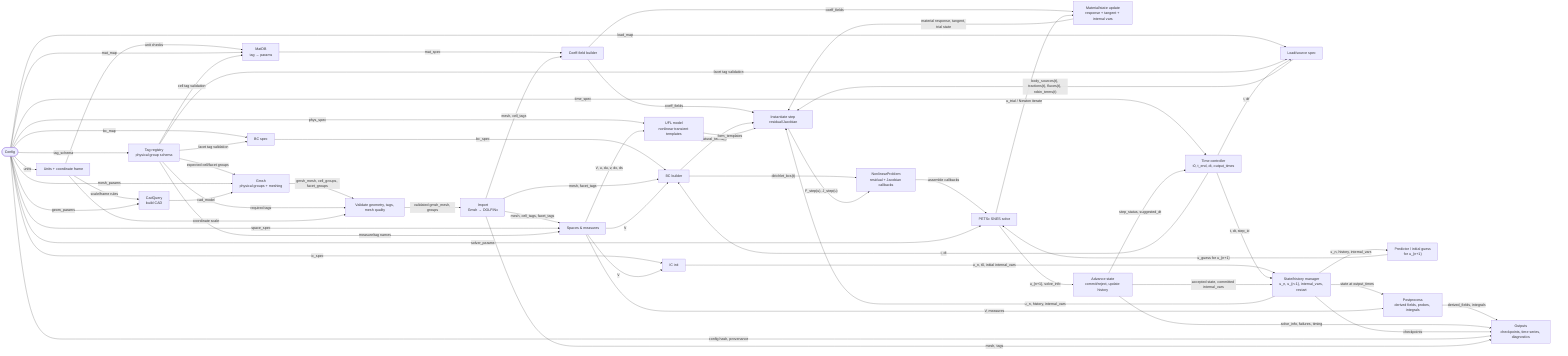
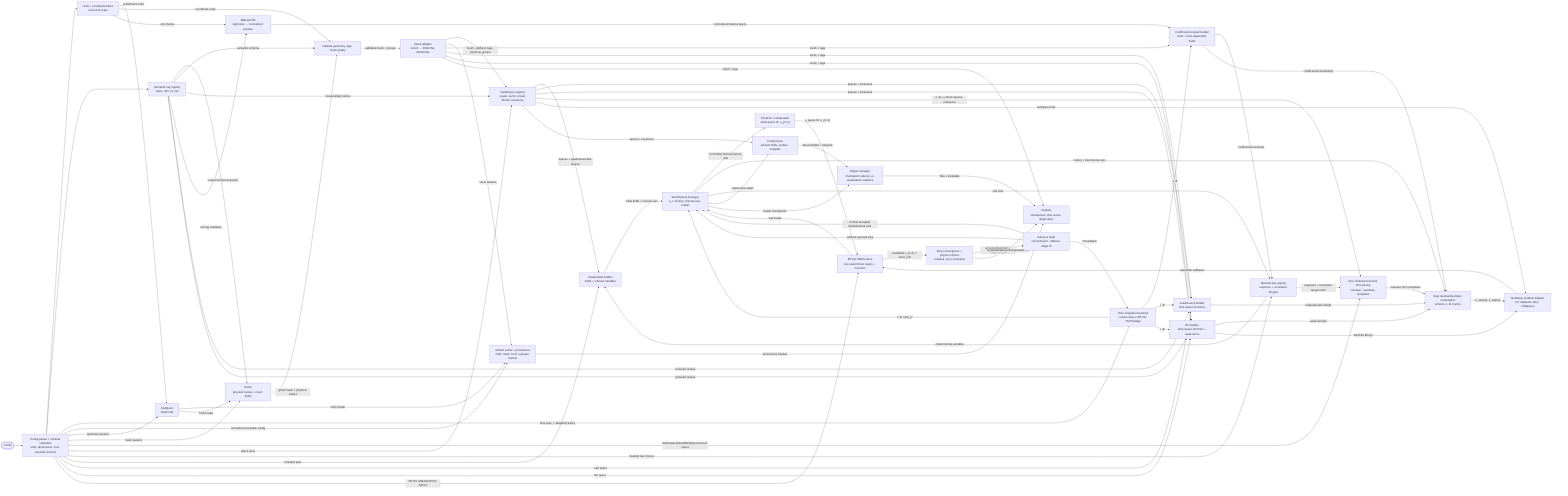
flowchart LR
    U([Config])
-     UNITS["Units + coordinate frame"]
-     TAGS["Tag registry\nphysical group schema"]
-     TIME["Time controller\nt0, t_end, dt, output_times"]
+     CFG["Config parser + schema validation\nunits, dimensions, time, required sections"]
+     UNITS["Units + coordinate frame\ncanonical scale"]
+     TAGS["Semantic tag registry\nname, dim, id, role"]
+     TIME["Time integrator backend\ncustom loop or PETSc TS/TSAdapt"]
+     CACHE["Artifact cache + provenance\nCAD, mesh, form, operator hashes"]
    CQ["CadQuery\nbuild CAD"]
-     GM["Gmsh\nphysical groups + meshing"]
+     GM["Gmsh\nphysical names + mesh fields"]
    VAL["Validate geometry, tags, mesh quality"]
-     IM["Import\nGmsh → DOLFINx"]
-     FS["Spaces & measures"]
-     MDB["MatDB\ntag → params"]
-     CF["Coeff-field builder"]
-     MAT["Material/state update\nresponse + tangent + internal vars"]
-     LOADS["Load/source spec"]
-     BCS["BC spec"]
-     BCB["BC builder"]
-     IC["IC init"]
-     STATE["State/history manager\nu_n, u_{n-1}, internal_vars, restart"]
-     PHYS["UFL model\nnonlinear transient templates"]
-     PRED["Predictor / initial guess\nfor u_{n+1}"]
-     STEP["Instantiate step residual/Jacobian"]
-     PROB["NonlinearProblem\nresidual + Jacobian callbacks"]
-     SNES["PETSc SNES solve"]
-     ADV["Advance state\ncommit/reject, update history"]
+     IM["Mesh adapter\nGmsh → DOLFINx MeshData"]
+     FS["Field/space registry\nscalar, vector, mixed blocks; measures"]
+     MDB["Material DB\ntag/name → normalized params"]
+     CF["Coefficient/constant builder\nstatic + time-dependent fields"]
+     MATLIB["Material law registry\nresponse + consistent tangent"]
+     LOADS["Load/source builder\ntime-aware functions"]
+     BCS["BC builder\ntime-aware Dirichlet + weak terms"]
+     IC["Initial/restart builder\nfields + internal variables"]
+     STATE["State/history manager\nu_n, history, internal vars, restart"]
+     PRED["Predictor / extrapolator\ninitial guess for u_{n+1}"]
+     PHYS["UFL nonlinear transient form factory\nresidual + Jacobian templates"]
+     STEP["Step residual/Jacobian instantiation\nscheme, t, dt, history"]
+     PROB["Nonlinear problem adapter\nF/J callbacks, BCs, nullspaces"]
+     SNES["PETSc SNES solve\nline search/trust region + monitors"]
+     ERR["Step convergence + physics checks\nresidual, error, invariants"]
+     ADV["Advance state\ncommit/reject, rollback, adapt dt"]
    POST["Postprocess\nderived fields, probes, integrals"]
+     IO["Output manager\ncheckpoint cadence vs visualization cadence"]
    OUT["Outputs\ncheckpoints, time series, diagnostics"]

- %% Global validation metadata
-     U -- units --> UNITS
-     U -- tag_schema --> TAGS
-     U -- time_spec --> TIME
-     UNITS -- scale/frame rules --> CQ
-     UNITS -- unit checks --> MDB
-     TAGS -- expected cell/facet groups --> GM
+ %% Config and front-end
+     U --> CFG
+     CFG --> UNITS
+     CFG --> TAGS
+     CFG -- time spec + adaptivity policy --> TIME
+     CFG -- normalized hashable config --> CACHE
+     CFG -- geometry params --> CQ
+     CFG -- mesh params --> GM
+     CFG -- field/material/load/BC/physics/solver specs --> PHYS

%% Geometry + mesh
-     U -- geom_params --> CQ
-     U -- mesh_params --> GM
-     CQ -- cad_model --> GM
-     GM -- "gmsh_mesh, cell_groups, facet_groups" --> VAL
-     TAGS -- required tags --> VAL
+     UNITS -- scale/frame rules --> CQ
+     CQ -- CAD model --> CACHE
+     CQ -- CAD model --> GM
+     TAGS -- required physical groups --> GM
+     GM -- gmsh mesh + physical names --> VAL
+     TAGS -- semantic schema --> VAL
    UNITS -- coordinate scale --> VAL
-     VAL -- "validated gmsh_mesh, groups" --> IM
-     IM -- "mesh, cell_tags, facet_tags" --> FS
-     U -- space_spec --> FS
+     VAL -- validated mesh + groups --> IM
+     IM -- mesh, cell/facet tags, physical_groups --> FS
+     IM -- mesh artifacts --> CACHE
+ 
+ %% Fields, materials, loads, BCs, ICs
+     CFG -- space spec --> FS
    TAGS -- measure/tag names --> FS
- 
- %% Materials / coefficients
-     U -- mat_map --> MDB
+     UNITS -- unit checks --> MDB
    TAGS -- cell tag validation --> MDB
-     MDB -- mat_spec --> CF
-     IM -- "mesh, cell_tags" --> CF
-     CF -- coeff_fields --> MAT
- 
- %% Loads and boundary conditions
-     U -- load_map --> LOADS
-     U -- bc_map --> BCS
-     TAGS -- facet tag validation --> LOADS
-     TAGS -- facet tag validation --> BCS
-     BCS -- bc_spec --> BCB
-     IM -- "mesh, facet_tags" --> BCB
-     FS -- V --> BCB
- 
- %% Initial state + physics templates
-     U -- ic_spec --> IC
-     FS -- V --> IC
-     IC -- "u_n, t0, initial internal_vars" --> STATE
-     U -- phys_spec --> PHYS
-     FS -- "V, u, du, v, dx, ds" --> PHYS
+     MDB -- normalized material specs --> CF
+     CFG -- material law choices --> MATLIB
+     CF -- coefficients/constants --> MATLIB
+     IM -- mesh + tags --> CF
+     CFG -- ic/restart spec --> IC
+     FS -- spaces + quadrature/state spaces --> IC
+     MATLIB -- initial internal variables --> IC
+     IC -- initial fields + internal vars --> STATE
+     CFG -- load specs --> LOADS
+     CFG -- BC specs --> BCS
+     TIME -- t, dt --> CF
+     TIME -- t, dt --> LOADS
+     TIME -- t, dt --> BCS
+     TAGS -- semantic lookup --> LOADS
+     TAGS -- semantic lookup --> BCS
+     IM -- mesh + tags --> LOADS
+     IM -- mesh + tags --> BCS
+     FS -- spaces + measures --> LOADS
+     FS -- spaces + measures --> BCS

%% Time + nonlinear solve loop
-     TIME -- "t, dt, step_id" --> STATE
-     STATE -- "u_n, history, internal_vars" --> PRED
-     PRED -- "u_guess for u_{n+1}" --> SNES
-     TIME -- "t, dt" --> LOADS
-     TIME -- "t, dt" --> BCB
-     STATE -- "u_n, history, internal_vars" --> STEP
-     CF -- coeff_fields --> STEP
-     MAT -- "material response, tangent, trial state" --> STEP
-     LOADS -- "body_sources(t), tractions(t), fluxes(t), robin_terms(t)" --> STEP
-     BCB -- "natural_terms(t)" --> STEP
-     BCB -- "dirichlet_bcs(t)" --> PROB
-     PHYS -- form_templates --> STEP
-     STEP -- "F_step(u), J_step(u)" --> PROB
+     TIME -- t, dt, step_id --> STATE
+     STATE -- committed history/internal vars --> PRED
+     PRED -- u_guess for u_{n+1} --> SNES
+     FS -- u, du, v, block spaces, measures --> PHYS
+     MATLIB -- response + consistent tangent API --> PHYS
+     STATE -- history + trial internal vars --> STEP
+     CF -- coefficients/constants(t) --> STEP
+     LOADS -- body/natural terms(t) --> STEP
+     BCS -- weak terms(t) --> STEP
+     PHYS -- transient form templates --> STEP
+     STEP -- F_step(u), J_step(u) --> PROB
+     BCS -- Dirichlet BCs(t) --> PROB
+     FS -- nullspace hints --> PROB
    PROB -- assemble callbacks --> SNES
-     U -- solver_params --> SNES
-     SNES -- "u_trial / Newton iterate" --> MAT
-     SNES -- "u_{n+1}, solve_info" --> ADV
-     ADV -- "accepted state, committed internal_vars" --> STATE
-     ADV -- "step_status, suggested_dt" --> TIME
+     CFG -- PETSc SNES/KSP/PC options --> SNES
+     SNES -- trial iterate --> STATE
+     STATE -- trial vars --> MATLIB
+     SNES -- candidate u_{n+1} + solve_info --> ERR
+     ERR -- accepted/rejected + suggested_dt --> ADV
+     ADV -- commit accepted fields/internal vars --> STATE
+     ADV -- rollback rejected step --> STATE
+     ADV -- dt feedback --> TIME

%% Results
-     STATE -- "state at output_times" --> POST
-     FS -- "V, measures" --> POST
-     POST -- "derived_fields, integrals" --> OUT
-     ADV -- "solve_info, failures, timing" --> OUT
-     STATE -- checkpoints --> OUT
-     U -- "config hash, provenance" --> OUT
-     IM -- "mesh, tags" --> OUT
+     STATE -- output-time states --> POST
+     FS -- spaces + measures --> POST
+     POST -- derived fields + integrals --> IO
+     STATE -- restart checkpoints --> IO
+     IO -- files + metadata --> OUT
+     ERR -- residuals/failures/timing/adaptivity --> OUT
+     CACHE -- provenance hashes --> OUT
+     IM -- mesh + tags --> OUT
